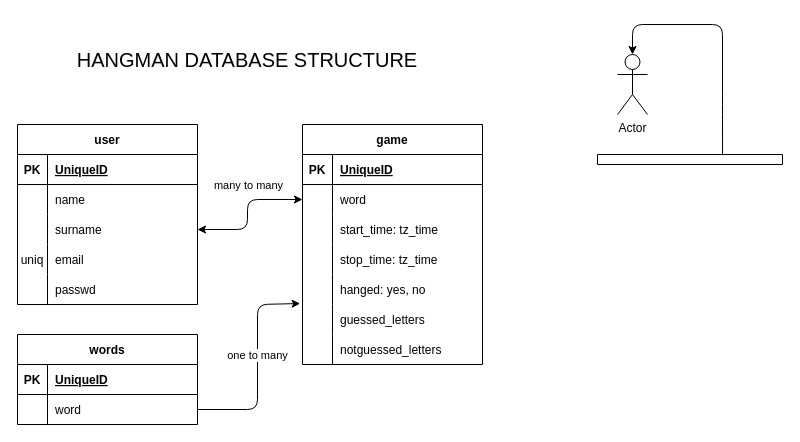
This is page "DATABASE" (1 of 4) of project.dio from giedriuzz/hangman_last_chance, a draw.io file, before an edit. Source tidied: cells renumbered, new cells numbered last; positions are measured from the earlier drawing's top-left corner, leaving out a move shared by most shapes. Both pictures are drawn from the tidied source at 100%, with x=0, y=0 at pixel (17, 24).
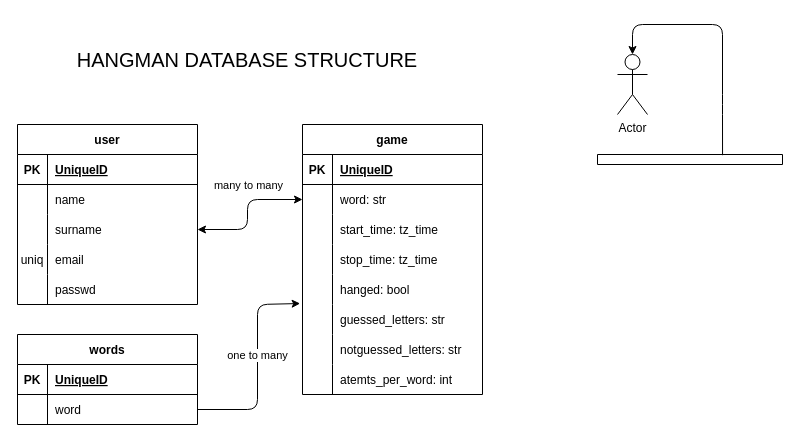
The same diagram, later.

Commit message (it also covers changes not shown here):
add is_guessed_word_equal, lenght_of_word  methods to class Word

Unchanged cells that the change refers to:
```xml
<mxCell id="29" style="shape=tableRow;horizontal=0;startSize=0;swimlaneHead=0;swimlaneBody=0;fillColor=none;points=[[0,0.5],[1,0.5]];portConstraint=eastwest;top=0;left=0;right=0;bottom=0;" parent="25" vertex="1">
  <mxGeometry y="60" width="180" height="30" as="geometry" />
</mxCell>
<mxCell id="38" style="shape=tableRow;horizontal=0;startSize=0;swimlaneHead=0;swimlaneBody=0;fillColor=none;top=0;left=0;right=0;bottom=0;" parent="25" vertex="1">
  <mxGeometry y="150" width="180" height="30" as="geometry" />
</mxCell>
<mxCell id="41" style="shape=tableRow;horizontal=0;startSize=0;swimlaneHead=0;swimlaneBody=0;fillColor=none;points=[[0,0.5],[1,0.5]];portConstraint=eastwest;top=0;left=0;right=0;bottom=0;" parent="25" vertex="1">
  <mxGeometry y="180" width="180" height="30" as="geometry" />
</mxCell>
<mxCell id="44" style="shape=tableRow;horizontal=0;startSize=0;swimlaneHead=0;swimlaneBody=0;fillColor=none;top=0;left=0;right=0;bottom=0;" parent="25" vertex="1">
  <mxGeometry y="210" width="180" height="30" as="geometry" />
</mxCell>
```

What changed in the source:
```diff
@@
     <mxCell id="25" value="game" style="shape=table;startSize=30;childLayout=tableLayout;rowLines=0;fontStyle=1;align=center;" parent="1" vertex="1">
-      <mxGeometry x="285" y="100" width="180" height="240" as="geometry" />
+      <mxGeometry x="285" y="100" width="180" height="270" as="geometry" />
     </mxCell>
@@
-    <mxCell id="31" value="word" style="shape=partialRectangle;fillColor=none;top=0;left=0;bottom=0;right=0;align=left;spacingLeft=6;overflow=hidden;" parent="29" vertex="1">
+    <mxCell id="31" value="word: str" style="shape=partialRectangle;fillColor=none;top=0;left=0;bottom=0;right=0;align=left;spacingLeft=6;overflow=hidden;" parent="29" vertex="1">
       <mxGeometry x="30" width="150" height="30" as="geometry" />
     </mxCell>
@@
-    <mxCell id="40" value="hanged: yes, no" style="shape=partialRectangle;fillColor=none;top=0;left=0;bottom=0;right=0;align=left;spacingLeft=6;overflow=hidden;" parent="38" vertex="1">
+    <mxCell id="40" value="hanged: bool" style="shape=partialRectangle;fillColor=none;top=0;left=0;bottom=0;right=0;align=left;spacingLeft=6;overflow=hidden;" parent="38" vertex="1">
       <mxGeometry x="30" width="150" height="30" as="geometry" />
     </mxCell>
@@
-    <mxCell id="43" value="guessed_letters" style="shape=partialRectangle;fillColor=none;top=0;left=0;bottom=0;right=0;align=left;spacingLeft=6;overflow=hidden;" parent="41" vertex="1">
+    <mxCell id="43" value="guessed_letters: str" style="shape=partialRectangle;fillColor=none;top=0;left=0;bottom=0;right=0;align=left;spacingLeft=6;overflow=hidden;" parent="41" vertex="1">
       <mxGeometry x="30" width="150" height="30" as="geometry" />
     </mxCell>
@@
-    <mxCell id="46" value="notguessed_letters" style="shape=partialRectangle;fillColor=none;top=0;left=0;bottom=0;right=0;align=left;spacingLeft=6;overflow=hidden;" parent="44" vertex="1">
+    <mxCell id="46" value="notguessed_letters: str" style="shape=partialRectangle;fillColor=none;top=0;left=0;bottom=0;right=0;align=left;spacingLeft=6;overflow=hidden;" parent="44" vertex="1">
       <mxGeometry x="30" width="150" height="30" as="geometry" />
     </mxCell>
+    <mxCell id="55" style="shape=tableRow;horizontal=0;startSize=0;swimlaneHead=0;swimlaneBody=0;fillColor=none;top=0;left=0;right=0;bottom=0;" parent="25" vertex="1">
+      <mxGeometry y="240" width="180" height="30" as="geometry" />
+    </mxCell>
+    <mxCell id="56" style="shape=partialRectangle;fillColor=none;top=0;left=0;bottom=0;right=0;overflow=hidden;" parent="55" vertex="1">
+      <mxGeometry width="30" height="30" as="geometry" />
+    </mxCell>
+    <mxCell id="57" value="atemts_per_word: int" style="shape=partialRectangle;fillColor=none;top=0;left=0;bottom=0;right=0;align=left;spacingLeft=6;overflow=hidden;" parent="55" vertex="1">
+      <mxGeometry x="30" width="150" height="30" as="geometry" />
+    </mxCell>
```
